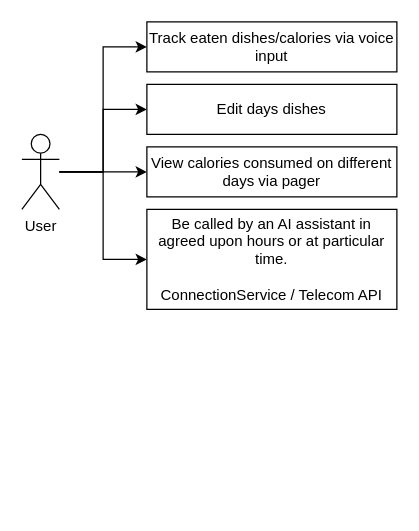
This is page "use-cases" (1 of 4) of fiti-architecture.drawio from DamianWoroszyl/fiti, a draw.io file, before an edit. Source tidied: cells renumbered, new cells numbered last; positions are measured from the earlier drawing's top-left corner, leaving out a move shared by most shapes. Both pictures are drawn from the tidied source at 125%, with x=0, y=0 at pixel (21, 21).
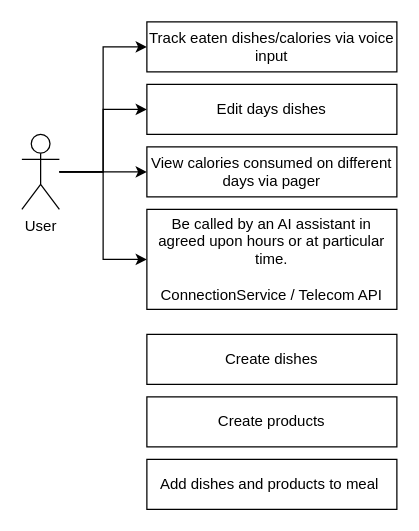
The same page after the edit.

Change to the diagram source:
```diff
@@
 <mxGraphModel>
   <root>
     <mxCell id="0" />
     <mxCell id="1" parent="0" />
     <mxCell id="2" style="edgeStyle=orthogonalEdgeStyle;rounded=0;jettySize=auto;html=1;entryX=0;entryY=0.5;entryDx=0;entryDy=0;" parent="1" edge="1" source="6" target="7">
       <mxGeometry relative="1" as="geometry" />
     </mxCell>
     <mxCell id="3" style="edgeStyle=orthogonalEdgeStyle;rounded=0;jettySize=auto;html=1;entryX=0;entryY=0.5;entryDx=0;entryDy=0;" parent="1" edge="1" source="6" target="9">
       <mxGeometry relative="1" as="geometry" />
     </mxCell>
     <mxCell id="4" style="edgeStyle=orthogonalEdgeStyle;rounded=0;jettySize=auto;html=1;entryX=0;entryY=0.5;entryDx=0;entryDy=0;" parent="1" edge="1" source="6" target="8">
       <mxGeometry relative="1" as="geometry" />
     </mxCell>
     <mxCell id="5" style="edgeStyle=orthogonalEdgeStyle;rounded=0;jettySize=auto;html=1;entryX=0;entryY=0.5;entryDx=0;entryDy=0;" parent="1" edge="1" source="6" target="10">
       <mxGeometry relative="1" as="geometry" />
     </mxCell>
     <mxCell id="6" value="User" style="shape=umlActor;verticalLabelPosition=bottom;verticalAlign=top;html=1;outlineConnect=0;" parent="1" vertex="1">
       <mxGeometry y="90" width="30" height="60" as="geometry" />
     </mxCell>
     <mxCell id="7" value="Track eaten dishes/calories via voice input" style="rounded=0;whiteSpace=wrap;html=1;" parent="1" vertex="1">
       <mxGeometry x="100" width="200" height="40" as="geometry" />
     </mxCell>
     <mxCell id="8" value="View calories consumed on different days via pager" style="rounded=0;whiteSpace=wrap;html=1;" parent="1" vertex="1">
       <mxGeometry x="100" y="100" width="200" height="40" as="geometry" />
     </mxCell>
     <mxCell id="9" value="Edit days dishes" style="rounded=0;whiteSpace=wrap;html=1;" parent="1" vertex="1">
       <mxGeometry x="100" y="50" width="200" height="40" as="geometry" />
     </mxCell>
     <mxCell id="10" value="Be called by an AI assistant in agreed upon hours or at particular time.&lt;div&gt;&lt;br&gt;&lt;/div&gt;&lt;div&gt;ConnectionService / Telecom API&lt;/div&gt;" style="rounded=0;whiteSpace=wrap;html=1;" parent="1" vertex="1">
       <mxGeometry x="100" y="150" width="200" height="80" as="geometry" />
     </mxCell>
+    <mxCell id="11" value="Create dishes" style="rounded=0;whiteSpace=wrap;html=1;" parent="1" vertex="1">
+      <mxGeometry x="100" y="250" width="200" height="40" as="geometry" />
+    </mxCell>
+    <mxCell id="12" value="Create products" style="rounded=0;whiteSpace=wrap;html=1;" parent="1" vertex="1">
+      <mxGeometry x="100" y="300" width="200" height="40" as="geometry" />
+    </mxCell>
+    <mxCell id="13" value="Add dishes and products to meal&amp;nbsp;" style="rounded=0;whiteSpace=wrap;html=1;" parent="1" vertex="1">
+      <mxGeometry x="100" y="350" width="200" height="40" as="geometry" />
+    </mxCell>
   </root>
 </mxGraphModel>
```
